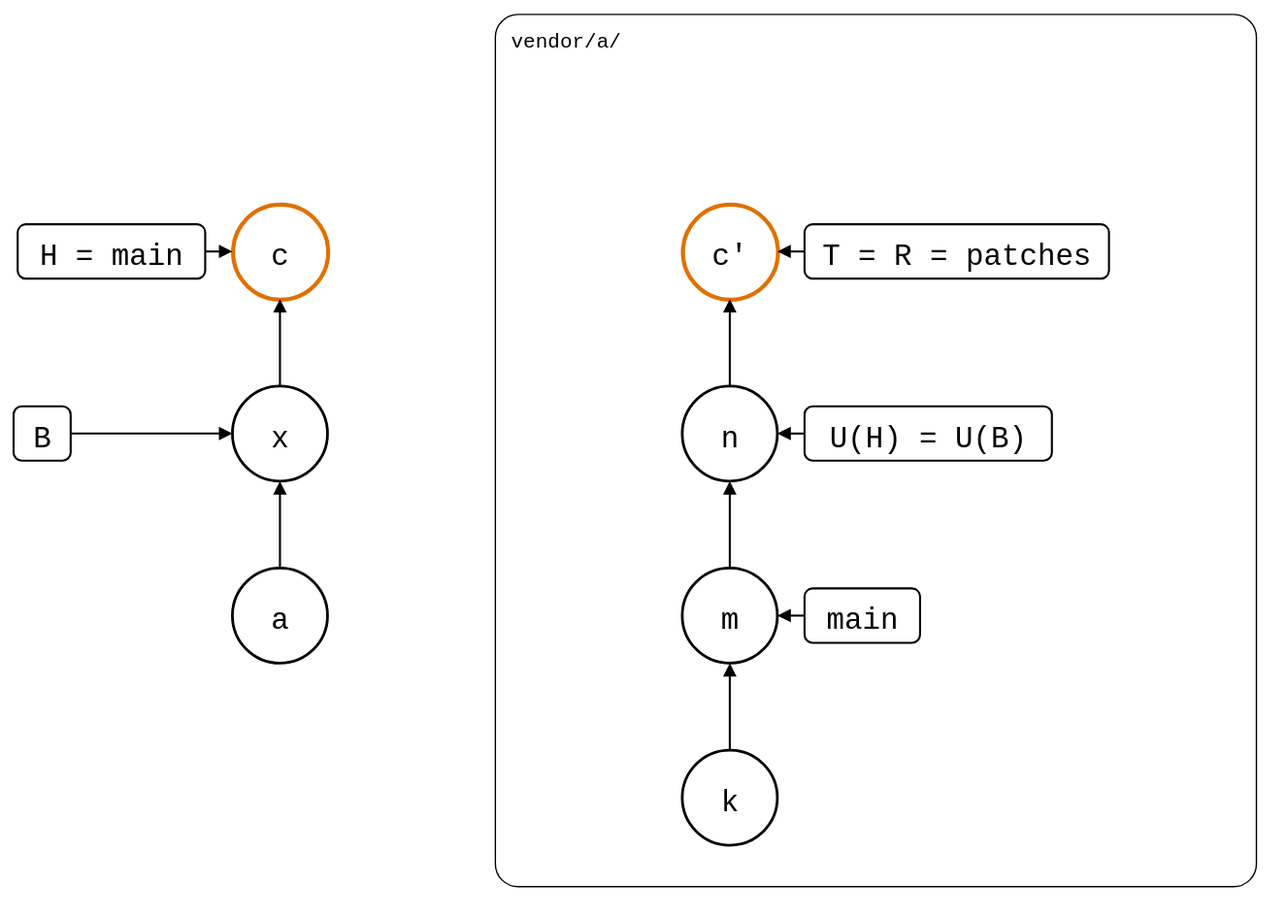
roschaefer/git-splice keeps this draw.io diagram as test/scenarios/06-rewritten-history/04-patch-branch-rebased/01-unpushed-local-commit/redone-on-top.drawio.svg. Above is the earlier version. Source tidied: cells renumbered, new cells last; positions are measured from the earlier drawing's top-left corner, leaving out a move shared by most shapes.
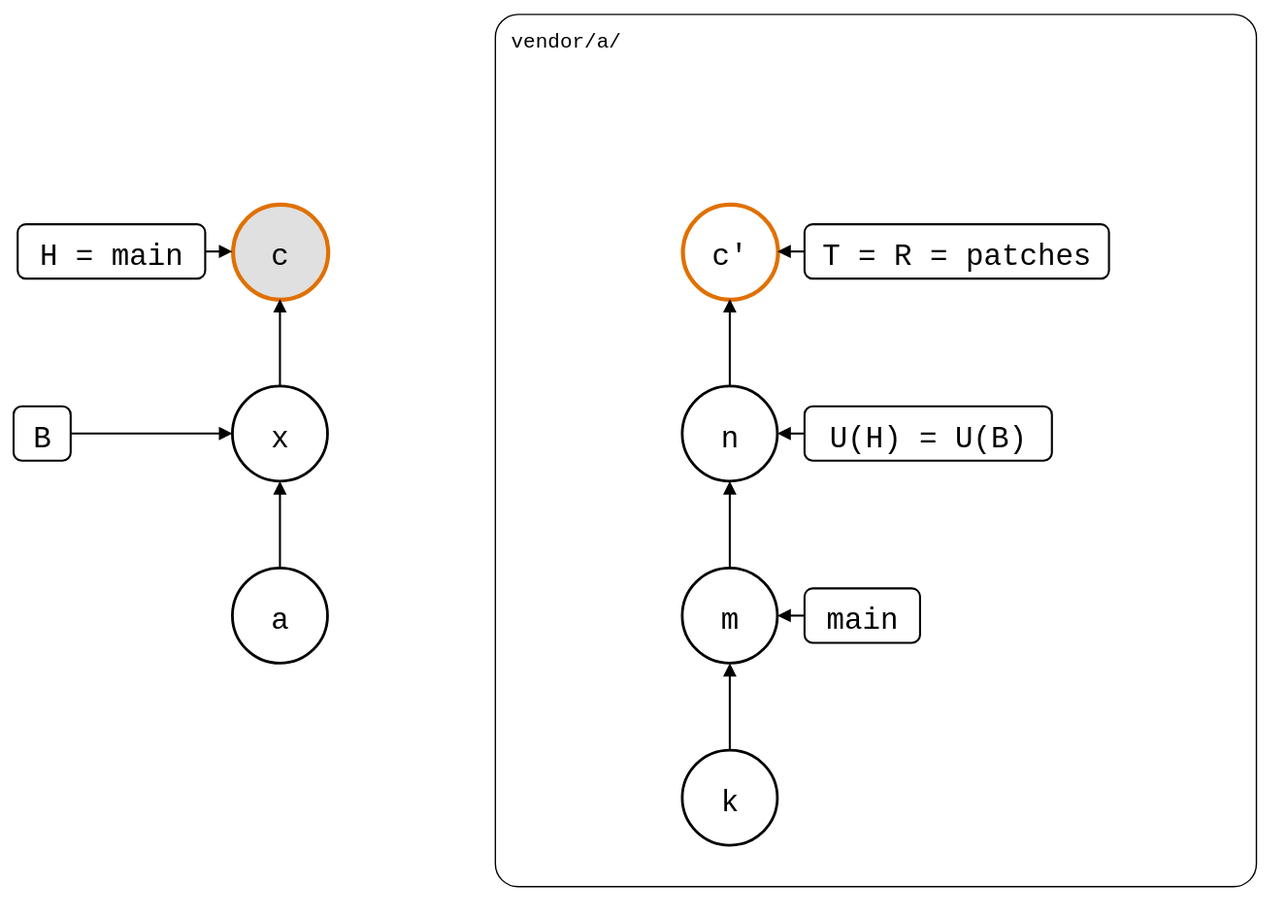
After the change.

The edit, as a diff of the source:
```diff
@@ -5,7 +5,7 @@
     <mxCell id="2" value="vendor/a/" style="rounded=1;arcSize=3;fillColor=none;strokeWidth=1;fontSize=15;verticalAlign=top;align=left;spacingLeft=10;spacingTop=4;fontFamily=Roboto Mono,monospace;" parent="1" vertex="1">
       <mxGeometry x="354" width="560" height="642" as="geometry" />
     </mxCell>
-    <mxCell id="3" value="c" style="ellipse;fontSize=22;fontFamily=Roboto Mono,monospace;strokeColor=#E07000;strokeWidth=3;" parent="1" vertex="1">
+    <mxCell id="3" value="c" style="ellipse;fontSize=22;fontFamily=Roboto Mono,monospace;fillColor=#E0E0E0;strokeColor=#E07000;strokeWidth=3;" parent="1" vertex="1">
       <mxGeometry x="161" y="140" width="70" height="70" as="geometry" />
     </mxCell>
     <mxCell id="4" value="x" style="ellipse;strokeWidth=2;fontSize=22;fontFamily=Roboto Mono,monospace;" parent="1" vertex="1">
```
